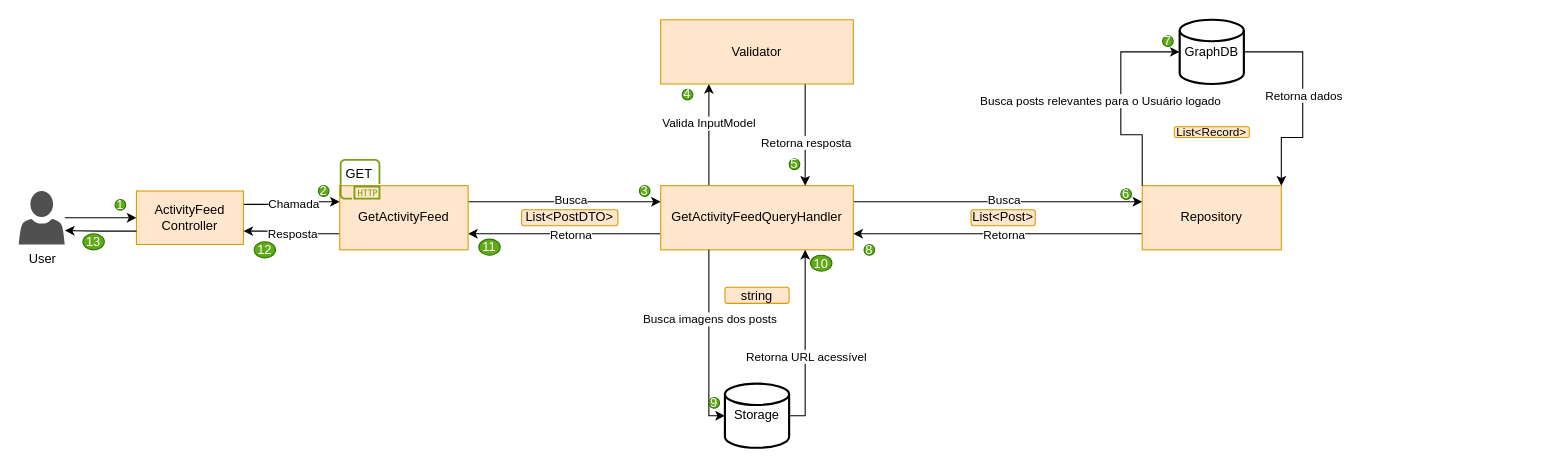
The draw.io diagram page "SocialService/ActivityFeed" (6 of 35) of Architecture.drawio in AlanEdward19/ShapeUp, before the edit. Source tidied: cells renumbered, new cells numbered last; positions are measured from the earlier drawing's top-left corner, leaving out a move shared by most shapes. Both pictures are drawn from the tidied source at 107%, with x=0, y=0 at pixel (18, 19).
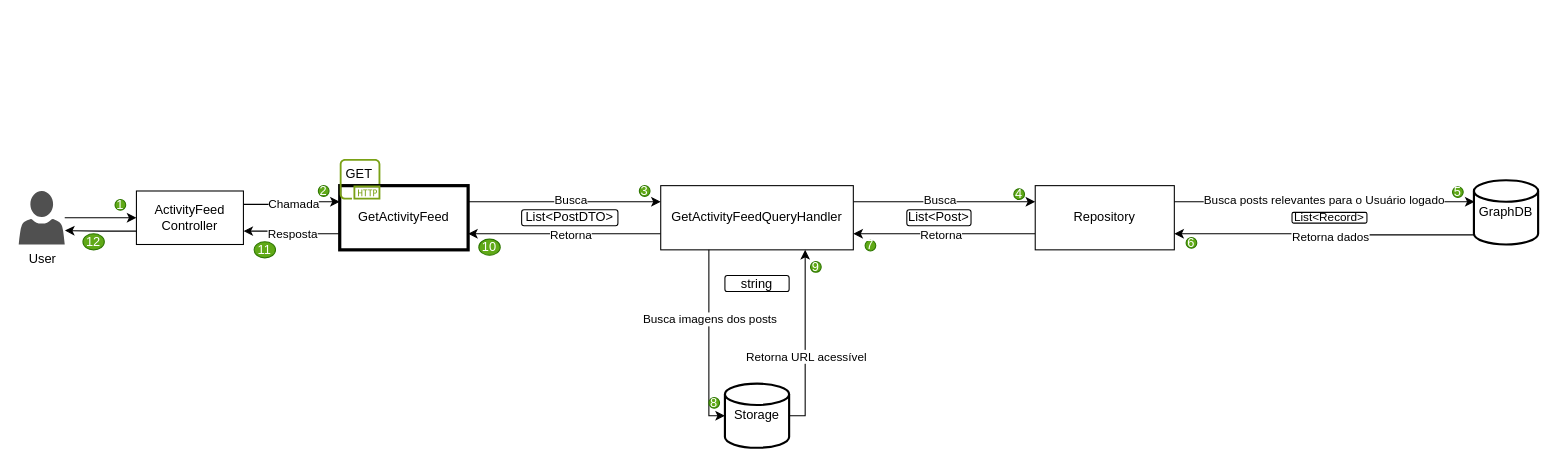
The same page after the edit.

Unchanged cells that the change refers to:
```xml
<mxCell id="7" style="edgeStyle=orthogonalEdgeStyle;rounded=0;jettySize=auto;html=1;exitX=0;exitY=0.75;exitDx=0;exitDy=0;entryX=1;entryY=0.75;entryDx=0;entryDy=0;" parent="1" edge="1" source="9" target="20">
  <mxGeometry relative="1" as="geometry" />
</mxCell>
<mxCell id="13" style="edgeStyle=orthogonalEdgeStyle;rounded=0;jettySize=auto;html=1;exitX=1;exitY=0.25;exitDx=0;exitDy=0;entryX=0;entryY=0.25;entryDx=0;entryDy=0;" parent="1" edge="1" source="20" target="9">
  <mxGeometry relative="1" as="geometry" />
</mxCell>
```

Change to the diagram source:
```diff
@@
-    <mxCell id="6" value="ActivityFeed&lt;div&gt;Controller&lt;/div&gt;" style="whiteSpace=wrap;html=1;fillColor=#ffe6cc;strokeColor=#d79b00;" parent="1" vertex="1">
+    <mxCell id="6" value="ActivityFeed&lt;div&gt;Controller&lt;/div&gt;" style="whiteSpace=wrap;html=1;" parent="1" vertex="1">
       <mxGeometry x="110" y="160" width="100" height="50" as="geometry" />
     </mxCell>
@@
     <mxCell id="8" value="Retorna" style="edgeLabel;html=1;align=center;verticalAlign=middle;" parent="7" vertex="1">
       <mxGeometry x="0.05" y="1" relative="1" as="geometry">
-        <mxPoint x="12" y="-1" as="offset" />
+        <mxPoint y="-1" as="offset" />
       </mxGeometry>
     </mxCell>
-    <mxCell id="9" value="Repository" style="whiteSpace=wrap;html=1;fillColor=#ffe6cc;strokeColor=#d79b00;" parent="1" vertex="1">
-      <mxGeometry x="1050" y="155" width="130" height="60" as="geometry" />
+    <mxCell id="9" value="Repository" style="whiteSpace=wrap;html=1;" parent="1" vertex="1">
+      <mxGeometry x="950" y="155" width="130" height="60" as="geometry" />
     </mxCell>
-    <mxCell id="10" style="edgeStyle=orthogonalEdgeStyle;rounded=0;jettySize=auto;html=1;exitX=1;exitY=0.5;exitDx=0;exitDy=0;exitPerimeter=0;entryX=1;entryY=0;entryDx=0;entryDy=0;" parent="1" edge="1" source="12" target="9">
-      <mxGeometry relative="1" as="geometry">
-        <Array as="points">
-          <mxPoint x="1200" y="30" />
-          <mxPoint x="1200" y="110" />
-          <mxPoint x="1180" y="110" />
-        </Array>
-      </mxGeometry>
-    </mxCell>
-    <mxCell id="11" value="Retorna dados" style="edgeLabel;html=1;align=center;verticalAlign=middle;" parent="10" vertex="1">
-      <mxGeometry x="-0.06" y="2" relative="1" as="geometry">
-        <mxPoint x="-2" y="1" as="offset" />
-      </mxGeometry>
-    </mxCell>
-    <mxCell id="12" value="GraphDB" style="strokeWidth=2;html=1;shape=mxgraph.flowchart.database;whiteSpace=wrap;" parent="1" vertex="1">
-      <mxGeometry x="1085" width="60" height="60" as="geometry" />
-    </mxCell>
@@
     <mxCell id="14" value="Busca" style="edgeLabel;html=1;align=center;verticalAlign=middle;" parent="13" vertex="1">
       <mxGeometry x="-0.02" y="1" relative="1" as="geometry">
-        <mxPoint x="8" y="-1" as="offset" />
+        <mxPoint x="-3" y="-1" as="offset" />
       </mxGeometry>
     </mxCell>
-    <mxCell id="15" value="List&amp;lt;Post&amp;gt;" style="rounded=1;whiteSpace=wrap;html=1;fillColor=#ffe6cc;strokeColor=#d79b00;" parent="1" vertex="1">
-      <mxGeometry x="890" y="177.5" width="60" height="15" as="geometry" />
+    <mxCell id="15" value="List&amp;lt;Post&amp;gt;" style="rounded=1;whiteSpace=wrap;html=1;" parent="1" vertex="1">
+      <mxGeometry x="830" y="177.5" width="60" height="15" as="geometry" />
     </mxCell>
@@
-    <mxCell id="18" style="edgeStyle=orthogonalEdgeStyle;rounded=0;jettySize=auto;html=1;exitX=0.25;exitY=0;exitDx=0;exitDy=0;entryX=0.25;entryY=1;entryDx=0;entryDy=0;" parent="1" edge="1" source="20" target="37">
-      <mxGeometry relative="1" as="geometry" />
-    </mxCell>
-    <mxCell id="19" value="Valida InputModel" style="edgeLabel;html=1;align=center;verticalAlign=middle;" parent="18" vertex="1">
-      <mxGeometry x="-0.06" y="1" relative="1" as="geometry">
-        <mxPoint y="-14" as="offset" />
-      </mxGeometry>
-    </mxCell>
-    <mxCell id="20" value="GetActivityFeedQueryHandler" style="whiteSpace=wrap;html=1;fillColor=#ffe6cc;strokeColor=#d79b00;" parent="1" vertex="1">
+    <mxCell id="20" value="GetActivityFeedQueryHandler" style="whiteSpace=wrap;html=1;" parent="1" vertex="1">
       <mxGeometry x="600" y="155" width="180" height="60" as="geometry" />
     </mxCell>
@@
-    <mxCell id="26" value="List&amp;lt;PostDTO&amp;gt;" style="rounded=1;whiteSpace=wrap;html=1;fillColor=#ffe6cc;strokeColor=#d79b00;" parent="1" vertex="1">
+    <mxCell id="26" value="List&amp;lt;PostDTO&amp;gt;" style="rounded=1;whiteSpace=wrap;html=1;" parent="1" vertex="1">
       <mxGeometry x="470" y="177.5" width="90" height="15" as="geometry" />
     </mxCell>
@@
-    <mxCell id="31" value="GetActivityFeed" style="whiteSpace=wrap;html=1;fillColor=#ffe6cc;strokeColor=#d79b00;" parent="1" vertex="1">
+    <mxCell id="31" value="GetActivityFeed" style="whiteSpace=wrap;html=1;strokeWidth=3;strokeColor=light-dark(#000000,#2AA0F0);" parent="1" vertex="1">
       <mxGeometry x="300" y="155" width="120" height="60" as="geometry" />
     </mxCell>
@@
-    <mxCell id="35" style="edgeStyle=orthogonalEdgeStyle;rounded=0;jettySize=auto;html=1;exitX=0.75;exitY=1;exitDx=0;exitDy=0;entryX=0.75;entryY=0;entryDx=0;entryDy=0;" parent="1" edge="1" source="37" target="20">
-      <mxGeometry relative="1" as="geometry" />
-    </mxCell>
-    <mxCell id="36" value="Retorna resposta" style="edgeLabel;html=1;align=center;verticalAlign=middle;" parent="35" vertex="1">
-      <mxGeometry x="-0.07" relative="1" as="geometry">
-        <mxPoint y="10" as="offset" />
-      </mxGeometry>
-    </mxCell>
-    <mxCell id="37" value="Validator" style="whiteSpace=wrap;html=1;fillColor=#ffe6cc;strokeColor=#d79b00;" parent="1" vertex="1">
-      <mxGeometry x="600" width="180" height="60" as="geometry" />
-    </mxCell>
@@
-    <mxCell id="41" value="4" style="ellipse;whiteSpace=wrap;html=1;fillColor=#60a917;fontColor=#ffffff;strokeColor=#2D7600;" parent="1" vertex="1">
-      <mxGeometry x="620" y="65" width="10" height="10" as="geometry" />
-    </mxCell>
-    <mxCell id="42" value="5" style="ellipse;whiteSpace=wrap;html=1;fillColor=#60a917;fontColor=#ffffff;strokeColor=#2D7600;" parent="1" vertex="1">
-      <mxGeometry x="720" y="130" width="10" height="10" as="geometry" />
-    </mxCell>
-    <mxCell id="43" value="6" style="ellipse;whiteSpace=wrap;html=1;fillColor=#60a917;fontColor=#ffffff;strokeColor=#2D7600;" parent="1" vertex="1">
-      <mxGeometry x="1030" y="158" width="10" height="10" as="geometry" />
+    <mxCell id="43" value="4" style="ellipse;whiteSpace=wrap;html=1;fillColor=#60a917;fontColor=#ffffff;strokeColor=#2D7600;" parent="1" vertex="1">
+      <mxGeometry x="930" y="158" width="10" height="10" as="geometry" />
     </mxCell>
-    <mxCell id="44" value="7" style="ellipse;whiteSpace=wrap;html=1;fillColor=#60a917;fontColor=#ffffff;strokeColor=#2D7600;" parent="1" vertex="1">
-      <mxGeometry x="1069" y="15" width="10" height="10" as="geometry" />
-    </mxCell>
-    <mxCell id="45" value="8" style="ellipse;whiteSpace=wrap;html=1;fillColor=#60a917;fontColor=#ffffff;strokeColor=#2D7600;" parent="1" vertex="1">
-      <mxGeometry x="790" y="210" width="10" height="10" as="geometry" />
+    <mxCell id="45" value="7" style="ellipse;whiteSpace=wrap;html=1;fillColor=#60a917;fontColor=#ffffff;strokeColor=#2D7600;" parent="1" vertex="1">
+      <mxGeometry x="791" y="206" width="10" height="10" as="geometry" />
     </mxCell>
-    <mxCell id="46" value="9" style="ellipse;whiteSpace=wrap;html=1;fillColor=#60a917;fontColor=#ffffff;strokeColor=#2D7600;" parent="1" vertex="1">
+    <mxCell id="46" value="8" style="ellipse;whiteSpace=wrap;html=1;fillColor=#60a917;fontColor=#ffffff;strokeColor=#2D7600;" parent="1" vertex="1">
       <mxGeometry x="645" y="353" width="10" height="10" as="geometry" />
     </mxCell>
-    <mxCell id="47" value="11" style="ellipse;whiteSpace=wrap;html=1;fillColor=#60a917;fontColor=#ffffff;strokeColor=#2D7600;" parent="1" vertex="1">
+    <mxCell id="47" value="10" style="ellipse;whiteSpace=wrap;html=1;fillColor=#60a917;fontColor=#ffffff;strokeColor=#2D7600;" parent="1" vertex="1">
       <mxGeometry x="430" y="205" width="20" height="15" as="geometry" />
     </mxCell>
-    <mxCell id="48" value="12" style="ellipse;whiteSpace=wrap;html=1;fillColor=#60a917;fontColor=#ffffff;strokeColor=#2D7600;" parent="1" vertex="1">
+    <mxCell id="48" value="11" style="ellipse;whiteSpace=wrap;html=1;fillColor=#60a917;fontColor=#ffffff;strokeColor=#2D7600;" parent="1" vertex="1">
       <mxGeometry x="220" y="207.5" width="20" height="15" as="geometry" />
     </mxCell>
@@
-    <mxCell id="50" value="13" style="ellipse;whiteSpace=wrap;html=1;fillColor=#60a917;fontColor=#ffffff;strokeColor=#2D7600;" parent="1" vertex="1">
+    <mxCell id="50" value="12" style="ellipse;whiteSpace=wrap;html=1;fillColor=#60a917;fontColor=#ffffff;strokeColor=#2D7600;" parent="1" vertex="1">
       <mxGeometry x="60" y="200" width="20" height="15" as="geometry" />
     </mxCell>
+    <mxCell id="54" value="string" style="rounded=1;whiteSpace=wrap;html=1;" parent="1" vertex="1">
+      <mxGeometry x="660" y="239" width="60" height="15" as="geometry" />
+    </mxCell>
+    <mxCell id="10" style="edgeStyle=orthogonalEdgeStyle;rounded=0;jettySize=auto;html=1;exitX=0;exitY=0.85;exitDx=0;exitDy=0;exitPerimeter=0;entryX=1;entryY=0.75;entryDx=0;entryDy=0;" parent="1" edge="1" source="12" target="9">
+      <mxGeometry relative="1" as="geometry" />
+    </mxCell>
+    <mxCell id="11" value="Retorna dados" style="edgeLabel;html=1;align=center;verticalAlign=middle;" parent="10" vertex="1">
+      <mxGeometry x="0.03" y="2" relative="1" as="geometry">
+        <mxPoint x="9" as="offset" />
+      </mxGeometry>
+    </mxCell>
+    <mxCell id="12" value="GraphDB" style="strokeWidth=2;html=1;shape=mxgraph.flowchart.database;whiteSpace=wrap;" parent="1" vertex="1">
+      <mxGeometry x="1360" y="150" width="60" height="60" as="geometry" />
+    </mxCell>
-    <mxCell id="51" style="edgeStyle=orthogonalEdgeStyle;rounded=0;jettySize=auto;html=1;exitX=0;exitY=0;exitDx=0;exitDy=0;entryX=0;entryY=0.5;entryDx=0;entryDy=0;entryPerimeter=0;" parent="1" edge="1" source="9" target="12">
+    <mxCell id="51" style="edgeStyle=orthogonalEdgeStyle;rounded=0;jettySize=auto;html=1;exitX=1;exitY=0.25;exitDx=0;exitDy=0;entryX=0.01;entryY=0.334;entryDx=0;entryDy=0;entryPerimeter=0;" parent="1" edge="1" source="9" target="12">
       <mxGeometry relative="1" as="geometry" />
     </mxCell>
     <mxCell id="52" value="Busca posts relevantes para o Usuário logado" style="edgeLabel;html=1;align=center;verticalAlign=middle;" parent="51" vertex="1">
-      <mxGeometry x="0.01" y="-1" relative="1" as="geometry">
-        <mxPoint x="-21" y="1" as="offset" />
+      <mxGeometry x="-0.37" y="1" relative="1" as="geometry">
+        <mxPoint x="51" y="-1" as="offset" />
       </mxGeometry>
     </mxCell>
+    <mxCell id="42" value="5" style="ellipse;whiteSpace=wrap;html=1;fillColor=#60a917;fontColor=#ffffff;strokeColor=#2D7600;" parent="1" vertex="1">
+      <mxGeometry x="1340" y="156" width="10" height="10" as="geometry" />
+    </mxCell>
+    <mxCell id="56" value="6" style="ellipse;whiteSpace=wrap;html=1;fillColor=#60a917;fontColor=#ffffff;strokeColor=#2D7600;" parent="1" vertex="1">
+      <mxGeometry x="1091" y="203.5" width="10" height="10" as="geometry" />
+    </mxCell>
-    <mxCell id="53" value="List&amp;lt;Record&amp;gt;" style="rounded=1;whiteSpace=wrap;html=1;fillColor=#ffe6cc;strokeColor=#d79b00;fontSize=11;" parent="1" vertex="1">
-      <mxGeometry x="1080" y="100" width="70" height="10" as="geometry" />
+    <mxCell id="53" value="List&amp;lt;Record&amp;gt;" style="rounded=1;whiteSpace=wrap;html=1;fontSize=11;" parent="1" vertex="1">
+      <mxGeometry x="1190" y="180" width="70" height="10" as="geometry" />
     </mxCell>
-    <mxCell id="54" value="string" style="rounded=1;whiteSpace=wrap;html=1;fillColor=#ffe6cc;strokeColor=#d79b00;" parent="1" vertex="1">
-      <mxGeometry x="660" y="250" width="60" height="15" as="geometry" />
-    </mxCell>
-    <mxCell id="55" value="10" style="ellipse;whiteSpace=wrap;html=1;fillColor=#60a917;fontColor=#ffffff;strokeColor=#2D7600;" parent="1" vertex="1">
-      <mxGeometry x="740" y="220" width="20" height="15" as="geometry" />
-    </mxCell>
+    <mxCell id="57" value="9" style="ellipse;whiteSpace=wrap;html=1;fillColor=#60a917;fontColor=#ffffff;strokeColor=#2D7600;" parent="1" vertex="1">
+      <mxGeometry x="740" y="226" width="10" height="10" as="geometry" />
+    </mxCell>
```
